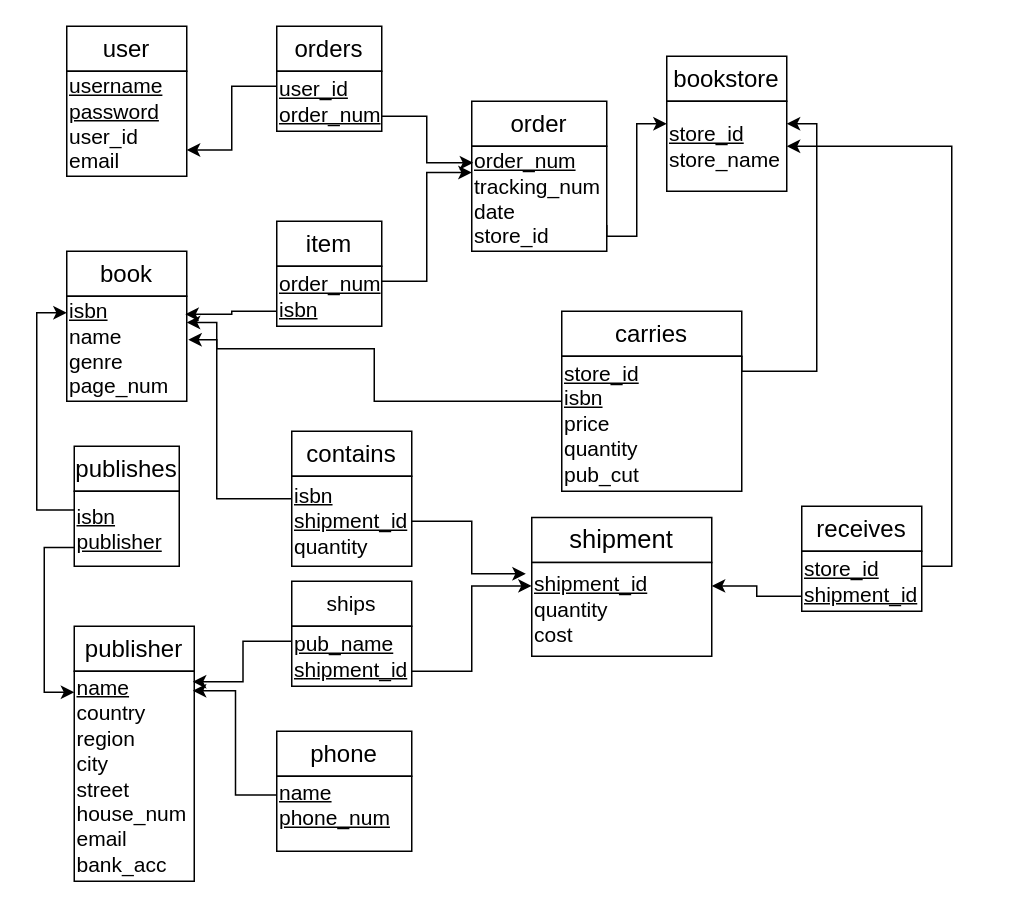
AdamPayzant/COMP3005_Project keeps this draw.io diagram as Report/images/SchemaDiagram.drawio. Above is the earlier version. Source tidied: cells renumbered, new cells numbered last; positions are measured from the earlier drawing's top-left corner, leaving out a move shared by most shapes. Both pictures are drawn from the tidied source at 150%, with x=0, y=0 at pixel (66, 26).
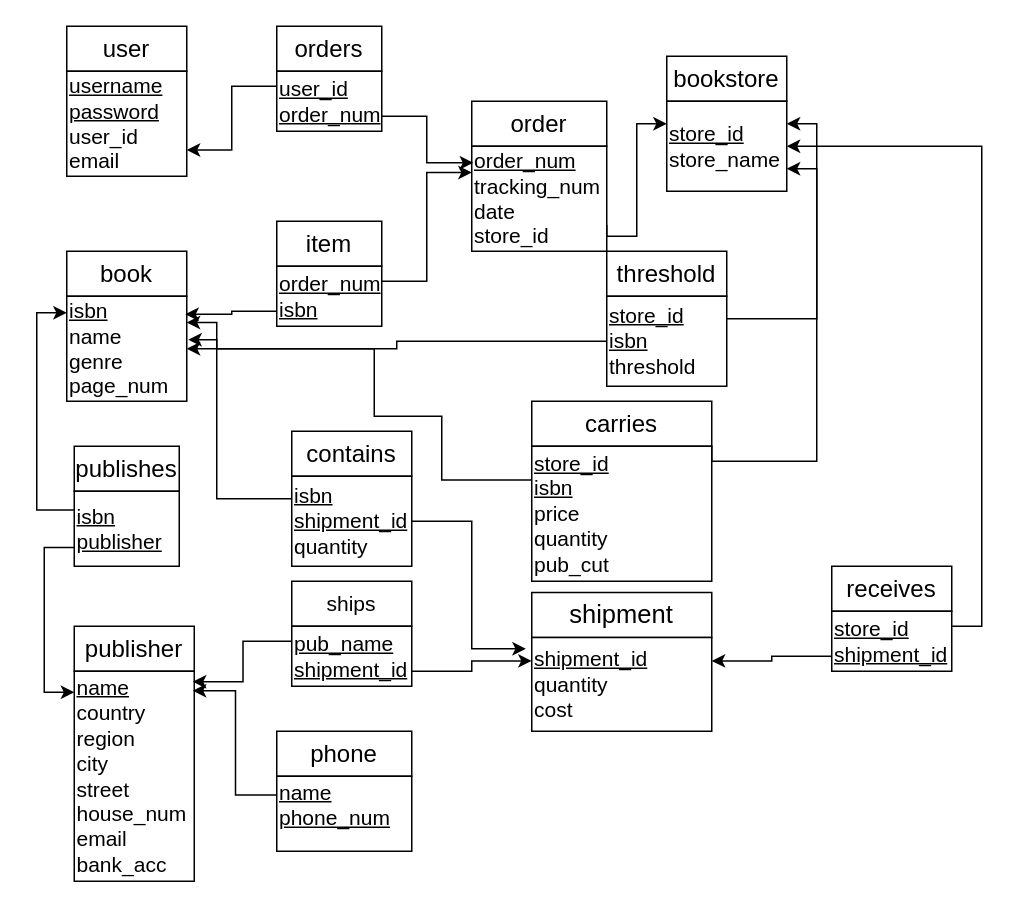
The same page after the edit.

The change refers to these unchanged cells:
```xml
<mxCell id="3" value="&lt;font style=&quot;font-size: 14px&quot;&gt;&lt;u&gt;isbn&lt;/u&gt;&lt;/font&gt;&lt;div style=&quot;font-size: 14px&quot;&gt;&lt;font style=&quot;font-size: 14px&quot;&gt;name&lt;/font&gt;&lt;/div&gt;&lt;div style=&quot;font-size: 14px&quot;&gt;&lt;font style=&quot;font-size: 14px&quot;&gt;genre&lt;/font&gt;&lt;/div&gt;&lt;div style=&quot;font-size: 14px&quot;&gt;&lt;font style=&quot;font-size: 14px&quot;&gt;page_num&lt;br&gt;&lt;/font&gt;&lt;/div&gt;" style="rounded=0;whiteSpace=wrap;html=1;align=left;" parent="1" vertex="1">
  <mxGeometry y="180" width="80" height="70" as="geometry" />
</mxCell>
<mxCell id="27" value="&lt;div style=&quot;font-size: 14px&quot; align=&quot;left&quot;&gt;&lt;u&gt;store_id&lt;br&gt;&lt;/u&gt;&lt;/div&gt;&lt;div style=&quot;font-size: 14px&quot; align=&quot;left&quot;&gt;store_name&lt;br&gt;&lt;u&gt;&lt;/u&gt;&lt;/div&gt;" style="rounded=0;whiteSpace=wrap;html=1;align=left;" parent="1" vertex="1">
  <mxGeometry x="400" y="50" width="80" height="60" as="geometry" />
</mxCell>
<mxCell id="41" value="&lt;font style=&quot;font-size: 14px&quot;&gt;&lt;u&gt;isbn&lt;br&gt;&lt;/u&gt;&lt;/font&gt;&lt;div style=&quot;font-size: 14px&quot;&gt;&lt;font style=&quot;font-size: 14px&quot;&gt;&lt;u&gt;shipment_id&lt;br&gt;&lt;/u&gt;&lt;/font&gt;&lt;/div&gt;&lt;div style=&quot;font-size: 14px&quot;&gt;&lt;font style=&quot;font-size: 14px&quot;&gt;quantity&lt;br&gt;&lt;/font&gt;&lt;/div&gt;" style="rounded=0;whiteSpace=wrap;html=1;align=left;" parent="1" vertex="1">
  <mxGeometry x="150" y="300" width="80" height="60" as="geometry" />
</mxCell>
```

Change to the diagram source:
```diff
@@
     <mxCell id="28" value="&lt;font style=&quot;font-size: 16px&quot;&gt;carries&lt;br&gt;&lt;/font&gt;" style="rounded=0;whiteSpace=wrap;html=1;" parent="1" vertex="1">
-      <mxGeometry x="330" y="190" width="120" height="30" as="geometry" />
+      <mxGeometry x="310" y="250" width="120" height="30" as="geometry" />
     </mxCell>
     <mxCell id="29" style="edgeStyle=orthogonalEdgeStyle;rounded=0;jettySize=auto;html=1;exitX=1;exitY=0;exitDx=0;exitDy=0;entryX=1;entryY=0.25;entryDx=0;entryDy=0;startArrow=none;startFill=0;" parent="1" edge="1" source="31" target="27">
       <mxGeometry relative="1" as="geometry">
         <Array as="points">
-          <mxPoint x="450" y="230" />
-          <mxPoint x="500" y="230" />
+          <mxPoint x="430" y="290" />
+          <mxPoint x="500" y="290" />
           <mxPoint x="500" y="65" />
         </Array>
       </mxGeometry>
     </mxCell>
     <mxCell id="30" style="edgeStyle=orthogonalEdgeStyle;rounded=0;jettySize=auto;html=1;exitX=0;exitY=0.25;exitDx=0;exitDy=0;entryX=1;entryY=0.25;entryDx=0;entryDy=0;startArrow=none;startFill=0;" parent="1" edge="1" source="31" target="3">
       <mxGeometry relative="1" as="geometry">
         <Array as="points">
-          <mxPoint x="330" y="250" />
-          <mxPoint x="205" y="250" />
+          <mxPoint x="250" y="303" />
+          <mxPoint x="250" y="260" />
+          <mxPoint x="205" y="260" />
           <mxPoint x="205" y="215" />
           <mxPoint x="100" y="215" />
           <mxPoint x="100" y="198" />
         </Array>
       </mxGeometry>
     </mxCell>
     <mxCell id="31" value="&lt;div style=&quot;font-size: 14px&quot; align=&quot;left&quot;&gt;&lt;font style=&quot;font-size: 14px&quot;&gt;&lt;u&gt;store_id&lt;/u&gt;&lt;/font&gt;&lt;/div&gt;&lt;div style=&quot;font-size: 14px&quot; align=&quot;left&quot;&gt;&lt;font style=&quot;font-size: 14px&quot;&gt;&lt;u&gt;isbn&lt;br&gt;&lt;/u&gt;&lt;/font&gt;&lt;/div&gt;&lt;div style=&quot;font-size: 14px&quot; align=&quot;left&quot;&gt;&lt;font style=&quot;font-size: 14px&quot;&gt;price&lt;/font&gt;&lt;/div&gt;&lt;div style=&quot;font-size: 14px&quot; align=&quot;left&quot;&gt;&lt;font style=&quot;font-size: 14px&quot;&gt;quantity&lt;/font&gt;&lt;/div&gt;&lt;div style=&quot;font-size: 14px&quot; align=&quot;left&quot;&gt;&lt;font style=&quot;font-size: 14px&quot;&gt;pub_cut&lt;br&gt;&lt;/font&gt;&lt;/div&gt;" style="rounded=0;whiteSpace=wrap;html=1;align=left;" parent="1" vertex="1">
-      <mxGeometry x="330" y="220" width="120" height="90" as="geometry" />
+      <mxGeometry x="310" y="280" width="120" height="90" as="geometry" />
     </mxCell>
     <mxCell id="32" value="&lt;font style=&quot;font-size: 17px&quot;&gt;shipment&lt;br&gt;&lt;/font&gt;" style="rounded=0;whiteSpace=wrap;html=1;" parent="1" vertex="1">
-      <mxGeometry x="310" y="327.5" width="120" height="30" as="geometry" />
+      <mxGeometry x="310" y="377.5" width="120" height="30" as="geometry" />
     </mxCell>
     <mxCell id="33" value="&lt;font style=&quot;font-size: 14px&quot;&gt;&lt;u&gt;shipment_id&lt;br&gt;&lt;/u&gt;&lt;/font&gt;&lt;div style=&quot;font-size: 14px&quot;&gt;&lt;font style=&quot;font-size: 14px&quot;&gt;quantity&lt;br&gt;&lt;/font&gt;&lt;/div&gt;&lt;div style=&quot;font-size: 14px&quot;&gt;&lt;font style=&quot;font-size: 14px&quot;&gt;cost&lt;/font&gt;&lt;/div&gt;" style="rounded=0;whiteSpace=wrap;html=1;align=left;" parent="1" vertex="1">
-      <mxGeometry x="310" y="357.5" width="120" height="62.5" as="geometry" />
+      <mxGeometry x="310" y="407.5" width="120" height="62.5" as="geometry" />
     </mxCell>
@@
     <mxCell id="39" style="edgeStyle=orthogonalEdgeStyle;rounded=0;jettySize=auto;html=1;exitX=1;exitY=0.5;exitDx=0;exitDy=0;entryX=-0.033;entryY=0.12;entryDx=0;entryDy=0;entryPerimeter=0;endArrow=classic;endFill=1;" parent="1" edge="1" source="41" target="33">
-      <mxGeometry relative="1" as="geometry" />
+      <mxGeometry relative="1" as="geometry">
+        <Array as="points">
+          <mxPoint x="270" y="330" />
+          <mxPoint x="270" y="415" />
+        </Array>
+      </mxGeometry>
     </mxCell>
@@
     <mxCell id="42" value="&lt;font style=&quot;font-size: 16px&quot;&gt;receives&lt;br&gt;&lt;/font&gt;" style="rounded=0;whiteSpace=wrap;html=1;" parent="1" vertex="1">
-      <mxGeometry x="490" y="320" width="80" height="30" as="geometry" />
+      <mxGeometry x="510" y="360" width="80" height="30" as="geometry" />
     </mxCell>
@@
     <mxCell id="45" value="&lt;div style=&quot;font-size: 14px&quot;&gt;&lt;font style=&quot;font-size: 14px&quot;&gt;&lt;u&gt;store_id&lt;br&gt;&lt;/u&gt;&lt;/font&gt;&lt;/div&gt;&lt;div style=&quot;font-size: 14px&quot;&gt;&lt;font style=&quot;font-size: 14px&quot;&gt;&lt;u&gt;shipment_id&lt;br&gt;&lt;/u&gt;&lt;/font&gt;&lt;/div&gt;" style="rounded=0;whiteSpace=wrap;html=1;align=left;" parent="1" vertex="1">
-      <mxGeometry x="490" y="350" width="80" height="40" as="geometry" />
+      <mxGeometry x="510" y="390" width="80" height="40" as="geometry" />
     </mxCell>
+    <mxCell id="46" value="&lt;font style=&quot;font-size: 16px&quot;&gt;threshold&lt;/font&gt;" style="rounded=0;whiteSpace=wrap;html=1;" parent="1" vertex="1">
+      <mxGeometry x="360" y="150" width="80" height="30" as="geometry" />
+    </mxCell>
+    <mxCell id="47" style="edgeStyle=orthogonalEdgeStyle;rounded=0;jettySize=auto;html=1;exitX=1;exitY=0.25;exitDx=0;exitDy=0;entryX=1;entryY=0.75;entryDx=0;entryDy=0;endArrow=classic;endFill=1;" parent="1" edge="1" source="49" target="27">
+      <mxGeometry relative="1" as="geometry" />
+    </mxCell>
+    <mxCell id="48" style="edgeStyle=orthogonalEdgeStyle;rounded=0;jettySize=auto;html=1;exitX=0;exitY=0.5;exitDx=0;exitDy=0;entryX=1;entryY=0.5;entryDx=0;entryDy=0;endArrow=classic;endFill=1;" parent="1" edge="1" source="49" target="3">
+      <mxGeometry relative="1" as="geometry" />
+    </mxCell>
+    <mxCell id="49" value="&lt;font style=&quot;font-size: 14px&quot;&gt;&lt;u&gt;store_id&lt;br&gt;&lt;/u&gt;&lt;/font&gt;&lt;div style=&quot;font-size: 14px&quot;&gt;&lt;font style=&quot;font-size: 14px&quot;&gt;&lt;u&gt;isbn&lt;br&gt;&lt;/u&gt;&lt;/font&gt;&lt;/div&gt;&lt;div style=&quot;font-size: 14px&quot;&gt;&lt;font style=&quot;font-size: 14px&quot;&gt;threshold&lt;br&gt;&lt;/font&gt;&lt;/div&gt;" style="rounded=0;whiteSpace=wrap;html=1;align=left;" parent="1" vertex="1">
+      <mxGeometry x="360" y="180" width="80" height="60" as="geometry" />
+    </mxCell>
```
